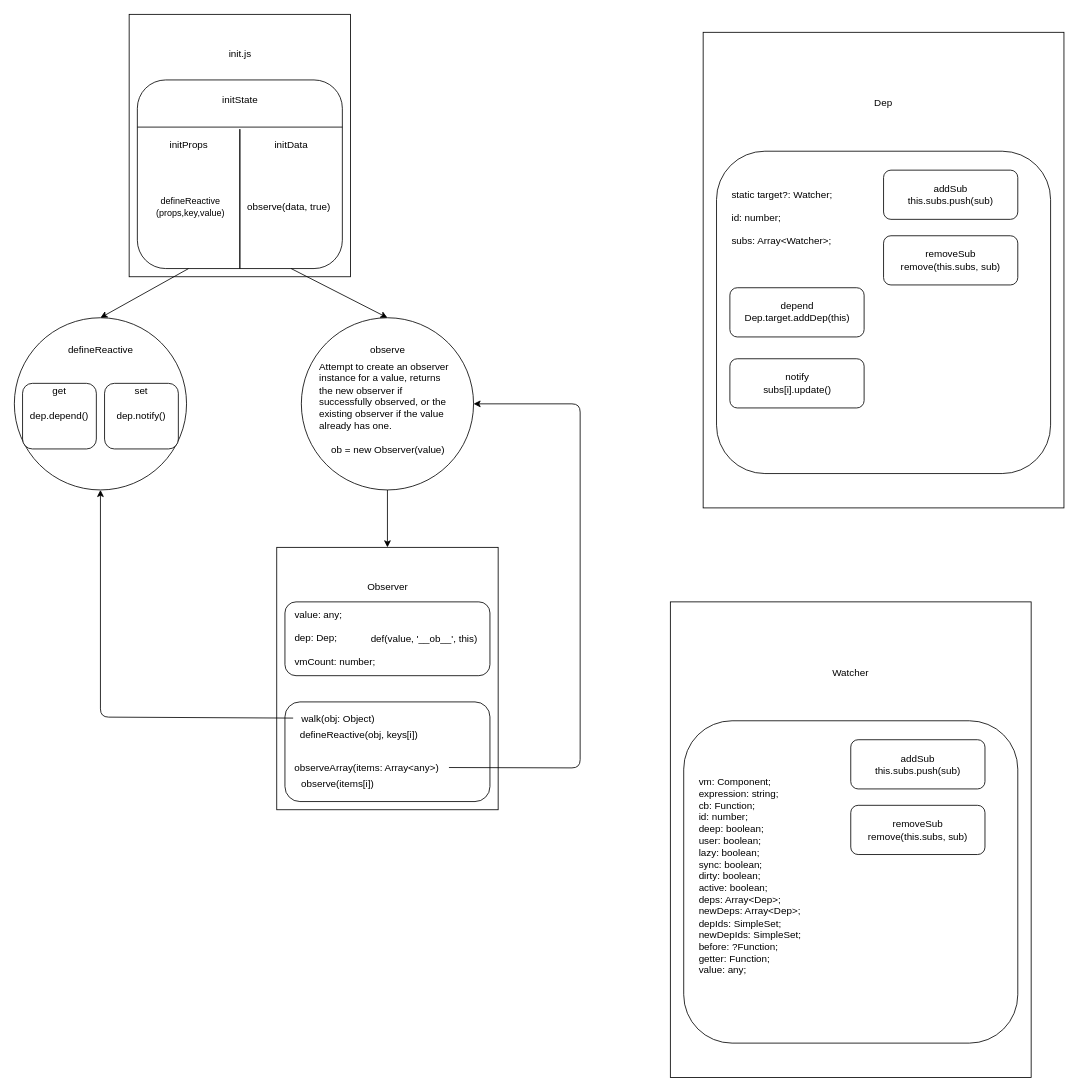
The draw.io diagram Untitled Diagram.drawio in asemono/noteBook, before the edit. Source tidied: cells renumbered, new cells numbered last; positions are measured from the earlier drawing's top-left corner, leaving out a move shared by most shapes. Both pictures are drawn from the tidied source at 82%, with x=0, y=0 at pixel (14, 14).
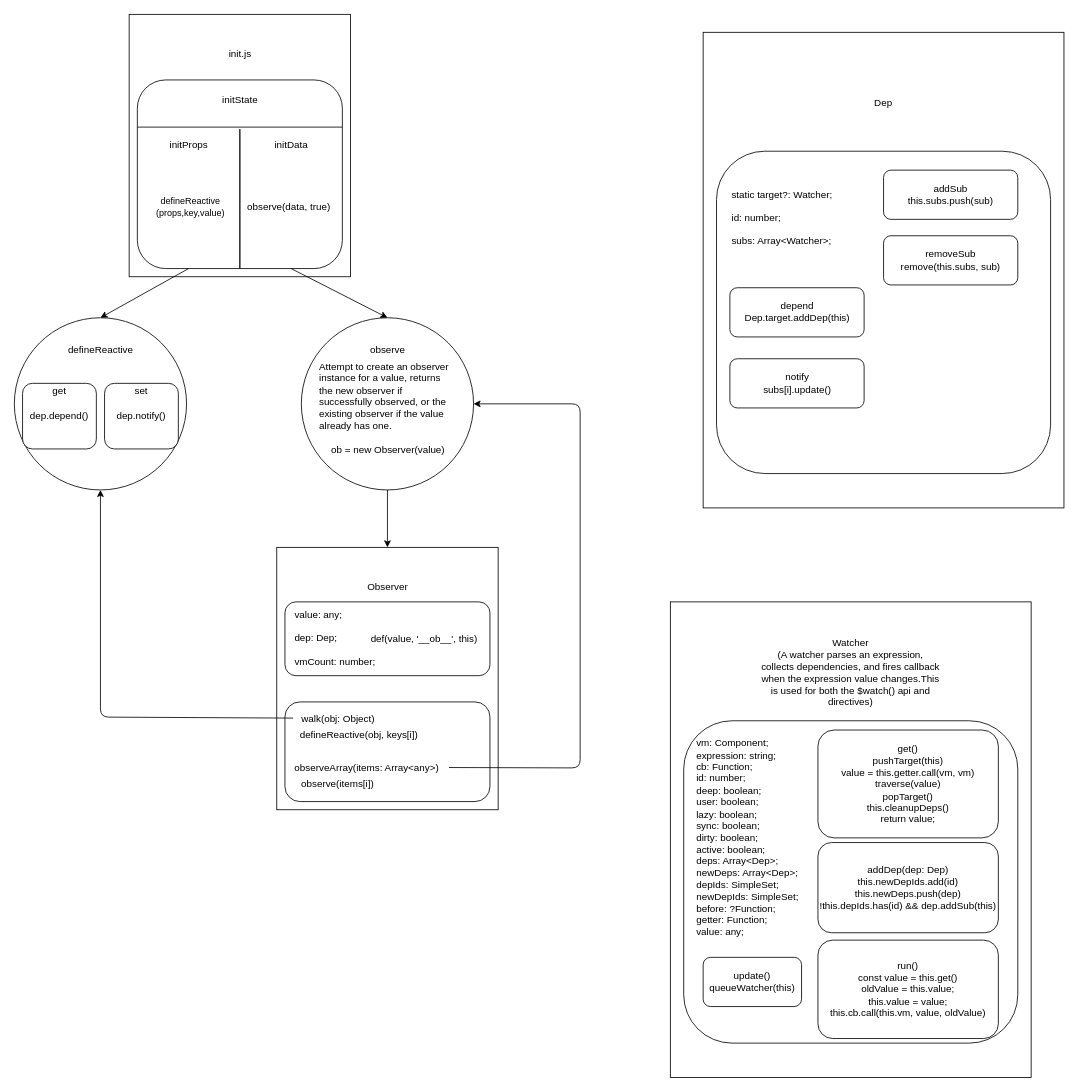
The same diagram, later.

Change to the diagram source:
```diff
@@
-    <mxCell id="54" value="Watcher" style="text;html=1;strokeColor=none;fillColor=none;align=center;verticalAlign=middle;whiteSpace=wrap;rounded=0;" parent="1" vertex="1">
+    <mxCell id="54" value="Watcher&lt;br&gt;(A watcher parses an expression, collects dependencies, and fires callback when the expression value changes.This is used for both the $watch() api and directives)" style="text;html=1;strokeColor=none;fillColor=none;align=center;verticalAlign=middle;whiteSpace=wrap;rounded=0;" parent="1" vertex="1">
       <mxGeometry x="910" y="768.7" width="220" height="68.2" as="geometry" />
     </mxCell>
@@
     <mxCell id="56" value="vm: Component;&lt;br&gt;expression: string;&lt;br&gt;cb: Function;&lt;br&gt;id: number;&lt;br&gt;deep: boolean;&lt;br&gt;user: boolean;&lt;br&gt;lazy: boolean;&lt;br&gt;sync: boolean;&lt;br&gt;dirty: boolean;&lt;br&gt;active: boolean;&lt;br&gt;deps: Array&amp;lt;Dep&amp;gt;;&lt;br&gt;newDeps: Array&amp;lt;Dep&amp;gt;;&lt;br&gt;depIds: SimpleSet;&lt;br&gt;newDepIds: SimpleSet;&lt;br&gt;before: ?Function;&lt;br&gt;getter: Function;&lt;br&gt;value: any;" style="text;html=1;strokeColor=none;fillColor=none;align=left;verticalAlign=middle;whiteSpace=wrap;rounded=0;" parent="1" vertex="1">
-      <mxGeometry x="832.6" y="871.9" width="177.4" height="358.1" as="geometry" />
+      <mxGeometry x="830" y="868.5" width="140" height="271.5" as="geometry" />
     </mxCell>
-    <mxCell id="57" value="addSub&lt;br&gt;this.subs.push(sub)" style="rounded=1;whiteSpace=wrap;html=1;" parent="1" vertex="1">
-      <mxGeometry x="1020" y="884.6" width="163.7" height="60" as="geometry" />
+    <mxCell id="57" value="get()&lt;br&gt;pushTarget(this)&lt;br&gt;value = this.getter.call(vm, vm)&lt;br&gt;traverse(value)&lt;br&gt;popTarget()&lt;br&gt;this.cleanupDeps()&lt;br&gt;return value;" style="rounded=1;whiteSpace=wrap;html=1;align=center;" parent="1" vertex="1">
+      <mxGeometry x="980" y="872.8" width="220" height="131.5" as="geometry" />
     </mxCell>
-    <mxCell id="58" value="removeSub&lt;br&gt;remove(this.subs, sub)" style="rounded=1;whiteSpace=wrap;html=1;" parent="1" vertex="1">
-      <mxGeometry x="1020" y="964.6" width="163.7" height="60" as="geometry" />
+    <mxCell id="58" value="addDep(dep: Dep)&lt;br&gt;this.newDepIds.add(id)&lt;br&gt;this.newDeps.push(dep)&lt;br&gt;!this.depIds.has(id) &amp;amp;&amp;amp; dep.addSub(this)" style="rounded=1;whiteSpace=wrap;html=1;" parent="1" vertex="1">
+      <mxGeometry x="980" y="1010" width="220" height="110" as="geometry" />
     </mxCell>
+    <mxCell id="59" value="update()&lt;br&gt;queueWatcher(this)" style="rounded=1;whiteSpace=wrap;html=1;" parent="1" vertex="1">
+      <mxGeometry x="840" y="1150" width="120" height="60" as="geometry" />
+    </mxCell>
+    <mxCell id="60" value="run()&lt;br&gt;const value = this.get()&lt;br&gt;oldValue = this.value;&lt;br&gt;this.value = value;&lt;br&gt;this.cb.call(this.vm, value, oldValue)" style="rounded=1;whiteSpace=wrap;html=1;" parent="1" vertex="1">
+      <mxGeometry x="980" y="1129" width="220" height="120" as="geometry" />
+    </mxCell>
```
